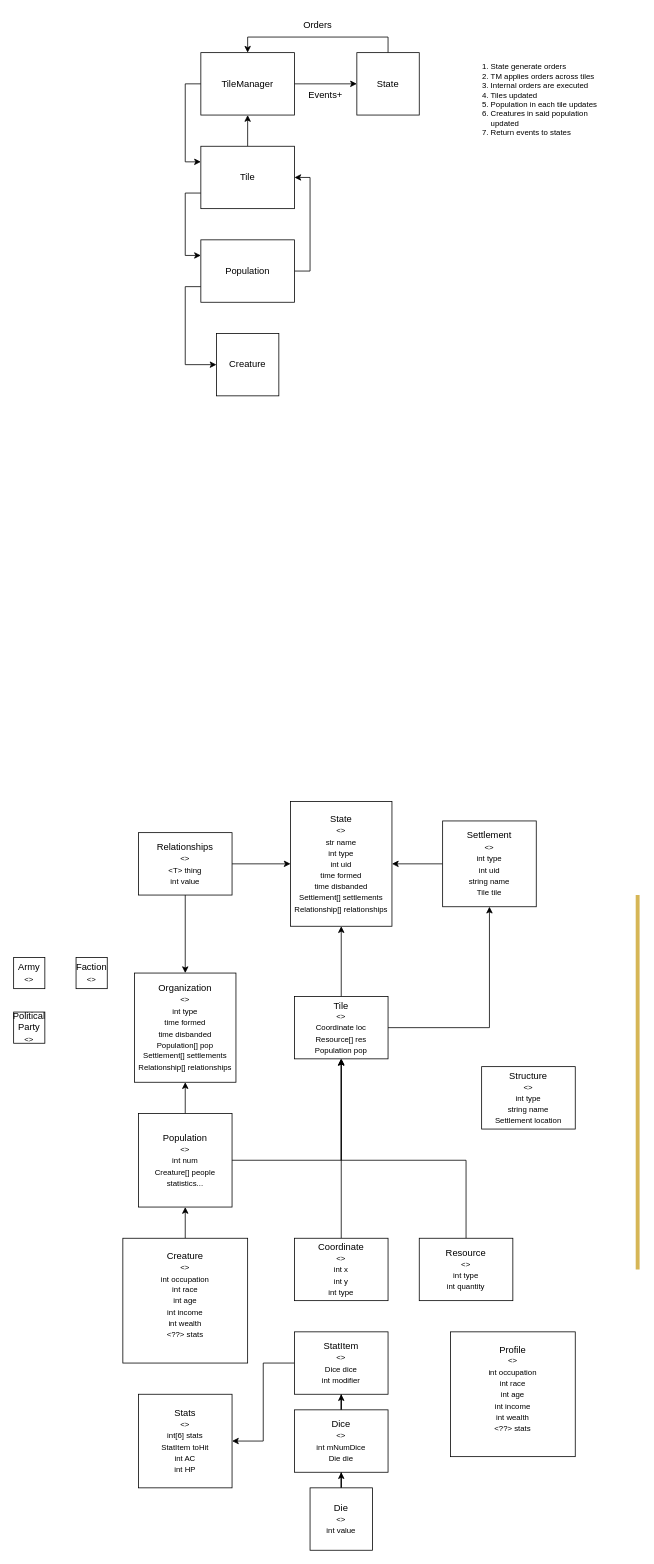
This is page "Page-1" (1 of 2) of architecture.drawio from Flooger25/Regions2, a draw.io file, before an edit. Source tidied: cells renumbered, new cells numbered last; positions are measured from the earlier drawing's top-left corner, leaving out a move shared by most shapes. Both pictures are drawn from the tidied source at 78%, with x=0, y=0 at pixel (13, 13).
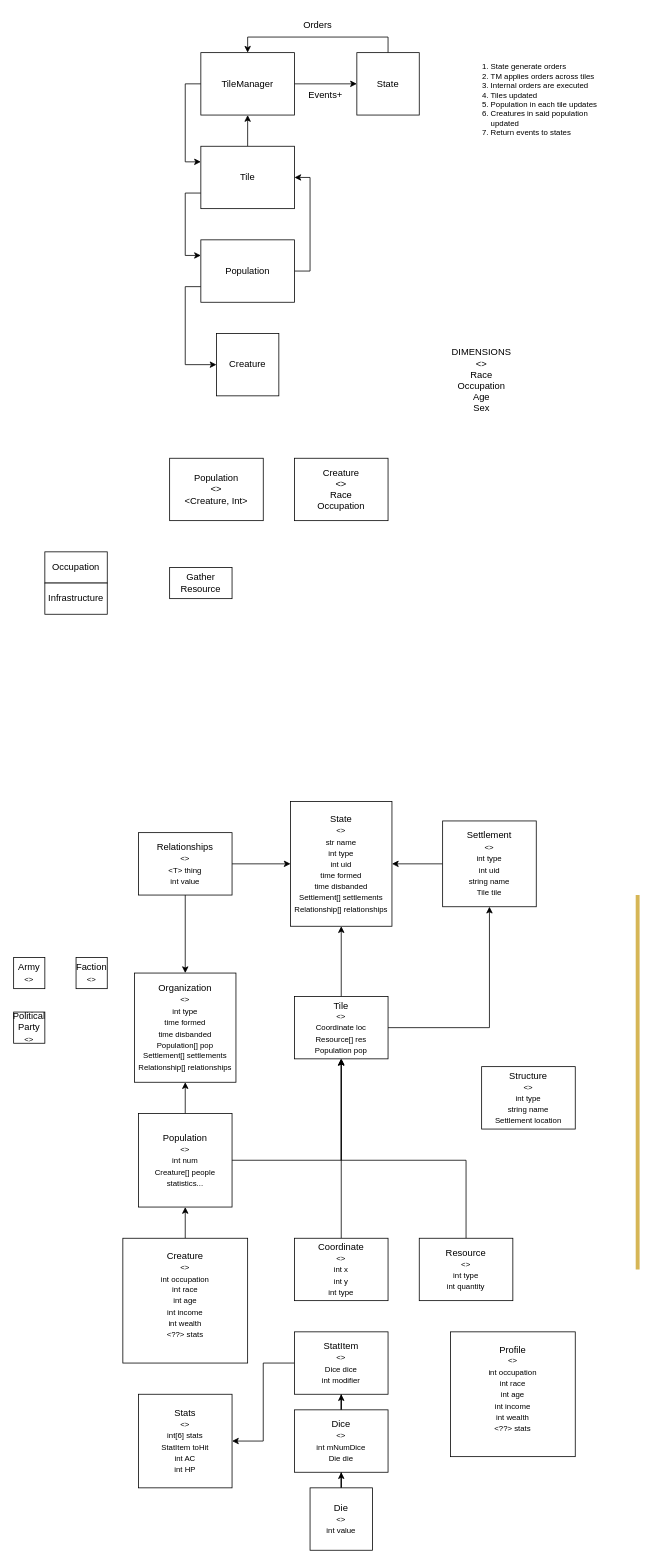
The same diagram, later.

Commit message (it also covers changes not shown here):
Added basic occupation generation based on welsh piper + resource conversion logic given available resources and occupations

Diff of the diagram source:
```diff
@@
+    <mxCell id="49" value="&lt;div&gt;Population&lt;/div&gt;&lt;div&gt;&amp;lt;&amp;gt;&lt;/div&gt;&lt;div&gt;&amp;lt;Creature, Int&amp;gt;&lt;/div&gt;" style="rounded=0;whiteSpace=wrap;html=1;align=center;" parent="1" vertex="1">
+      <mxGeometry x="200" y="570" width="120" height="80" as="geometry" />
+    </mxCell>
+    <mxCell id="50" value="&lt;div&gt;&lt;span&gt;Creature&lt;/span&gt;&lt;/div&gt;&lt;div&gt;&lt;span&gt;&amp;lt;&amp;gt;&lt;/span&gt;&lt;br&gt;&lt;/div&gt;&lt;div&gt;&lt;span&gt;Race&lt;/span&gt;&lt;/div&gt;&lt;div&gt;&lt;span&gt;Occupation&lt;/span&gt;&lt;/div&gt;" style="rounded=0;whiteSpace=wrap;html=1;align=center;" parent="1" vertex="1">
+      <mxGeometry x="360" y="570" width="120" height="80" as="geometry" />
+    </mxCell>
+    <mxCell id="51" value="DIMENSIONS&lt;br&gt;&amp;lt;&amp;gt;&lt;br&gt;Race&lt;br&gt;Occupation&lt;br&gt;Age&lt;br&gt;Sex" style="text;html=1;strokeColor=none;fillColor=none;align=center;verticalAlign=middle;whiteSpace=wrap;rounded=0;" parent="1" vertex="1">
+      <mxGeometry x="510" y="420" width="180" height="100" as="geometry" />
+    </mxCell>
+    <mxCell id="52" value="&lt;div&gt;Occupation&lt;/div&gt;" style="rounded=0;whiteSpace=wrap;html=1;align=center;" parent="1" vertex="1">
+      <mxGeometry x="40" y="690" width="80" height="40" as="geometry" />
+    </mxCell>
+    <mxCell id="53" value="&lt;div&gt;Infrastructure&lt;/div&gt;" style="rounded=0;whiteSpace=wrap;html=1;align=center;" parent="1" vertex="1">
+      <mxGeometry x="40" y="730" width="80" height="40" as="geometry" />
+    </mxCell>
+    <mxCell id="54" value="&lt;div&gt;Gather Resource&lt;/div&gt;" style="rounded=0;whiteSpace=wrap;html=1;align=center;" parent="1" vertex="1">
+      <mxGeometry x="200" y="710" width="80" height="40" as="geometry" />
+    </mxCell>
```
